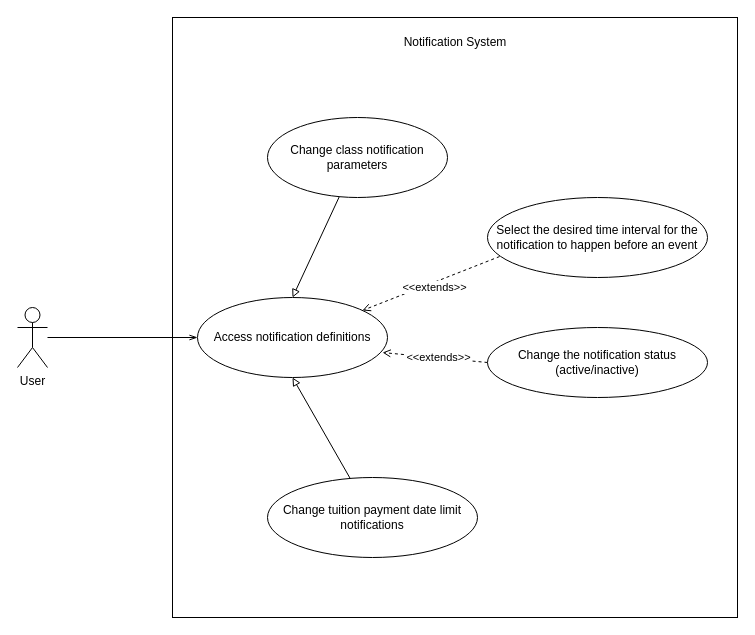
This is img/UseCaseModel.drawio from LEIC-ES-2021-22/3LEIC09T1, a draw.io file, before an edit. Source tidied: cells renumbered, new cells numbered last; positions are measured from the earlier drawing's top-left corner, leaving out a move shared by most shapes. Both pictures are drawn from the tidied source at 100%, with x=0, y=0 at pixel (17, 17).
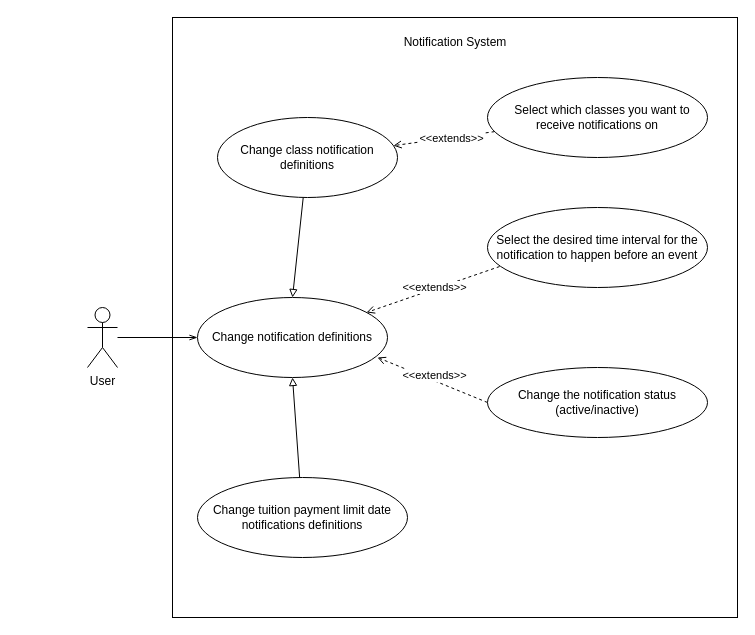
The same diagram, later.

Commit message (it also covers changes not shown here):
Edit second use case table

What changed in the source:
```diff
@@
     <mxCell id="4" value="User" style="shape=umlActor;verticalLabelPosition=bottom;verticalAlign=top;html=1;outlineConnect=0;" parent="1" vertex="1">
-      <mxGeometry y="290" width="30" height="60" as="geometry" />
+      <mxGeometry x="70" y="290" width="30" height="60" as="geometry" />
     </mxCell>
@@
-    <mxCell id="6" value="Change class notification parameters" style="ellipse;whiteSpace=wrap;html=1;" parent="1" vertex="1">
-      <mxGeometry x="250" y="100" width="180" height="80" as="geometry" />
+    <mxCell id="6" value="Change class notification definitions" style="ellipse;whiteSpace=wrap;html=1;" parent="1" vertex="1">
+      <mxGeometry x="200" y="100" width="180" height="80" as="geometry" />
     </mxCell>
@@
-    <mxCell id="8" value="Change tuition payment date limit notifications" style="ellipse;whiteSpace=wrap;html=1;" parent="1" vertex="1">
-      <mxGeometry x="250" y="460" width="210" height="80" as="geometry" />
+    <mxCell id="8" value="Change tuition payment limit date notifications definitions" style="ellipse;whiteSpace=wrap;html=1;" parent="1" vertex="1">
+      <mxGeometry x="180" y="460" width="210" height="80" as="geometry" />
     </mxCell>
@@
-    <mxCell id="10" value="Access notification definitions" style="ellipse;whiteSpace=wrap;html=1;" parent="1" vertex="1">
+    <mxCell id="10" value="Change notification definitions" style="ellipse;whiteSpace=wrap;html=1;" parent="1" vertex="1">
       <mxGeometry x="180" y="280" width="190" height="80" as="geometry" />
     </mxCell>
-    <mxCell id="11" style="edgeStyle=none;rounded=0;jettySize=auto;html=1;dashed=1;endArrow=open;endFill=0;exitX=0;exitY=0.5;exitDx=0;exitDy=0;entryX=0.974;entryY=0.688;entryDx=0;entryDy=0;entryPerimeter=0;" parent="1" edge="1" source="13" target="10">
-      <mxGeometry relative="1" as="geometry" />
+    <mxCell id="11" style="edgeStyle=none;rounded=0;jettySize=auto;html=1;dashed=1;endArrow=open;endFill=0;exitX=0;exitY=0.5;exitDx=0;exitDy=0;" parent="1" edge="1" source="13">
+      <mxGeometry relative="1" as="geometry">
+        <mxPoint x="360" y="340" as="targetPoint" />
+      </mxGeometry>
     </mxCell>
@@
     <mxCell id="13" value="Change the notification status&lt;br&gt;(active/inactive)" style="ellipse;whiteSpace=wrap;html=1;" parent="1" vertex="1">
-      <mxGeometry x="470" y="310" width="220" height="70" as="geometry" />
+      <mxGeometry x="470" y="350" width="220" height="70" as="geometry" />
     </mxCell>
@@
     <mxCell id="15" value="Select the desired time interval for the notification to happen before an event" style="ellipse;whiteSpace=wrap;html=1;" parent="1" vertex="1">
-      <mxGeometry x="470" y="180" width="220" height="80" as="geometry" />
+      <mxGeometry x="470" y="190" width="220" height="80" as="geometry" />
     </mxCell>
@@
+    <mxCell id="17" style="edgeStyle=none;rounded=0;jettySize=auto;html=1;dashed=1;endArrow=open;endFill=0;" parent="1" edge="1" source="19" target="6">
+      <mxGeometry relative="1" as="geometry" />
+    </mxCell>
+    <mxCell id="18" value="&amp;lt;&amp;lt;extends&amp;gt;&amp;gt;" style="edgeLabel;html=1;align=center;verticalAlign=middle;" parent="17" vertex="1">
+      <mxGeometry x="-0.14" relative="1" as="geometry" />
+    </mxCell>
+    <mxCell id="19" value="&amp;nbsp; &amp;nbsp;Select which classes you want to receive notifications on" style="ellipse;whiteSpace=wrap;html=1;" parent="1" vertex="1">
+      <mxGeometry x="470" y="60" width="220" height="80" as="geometry" />
+    </mxCell>
```
